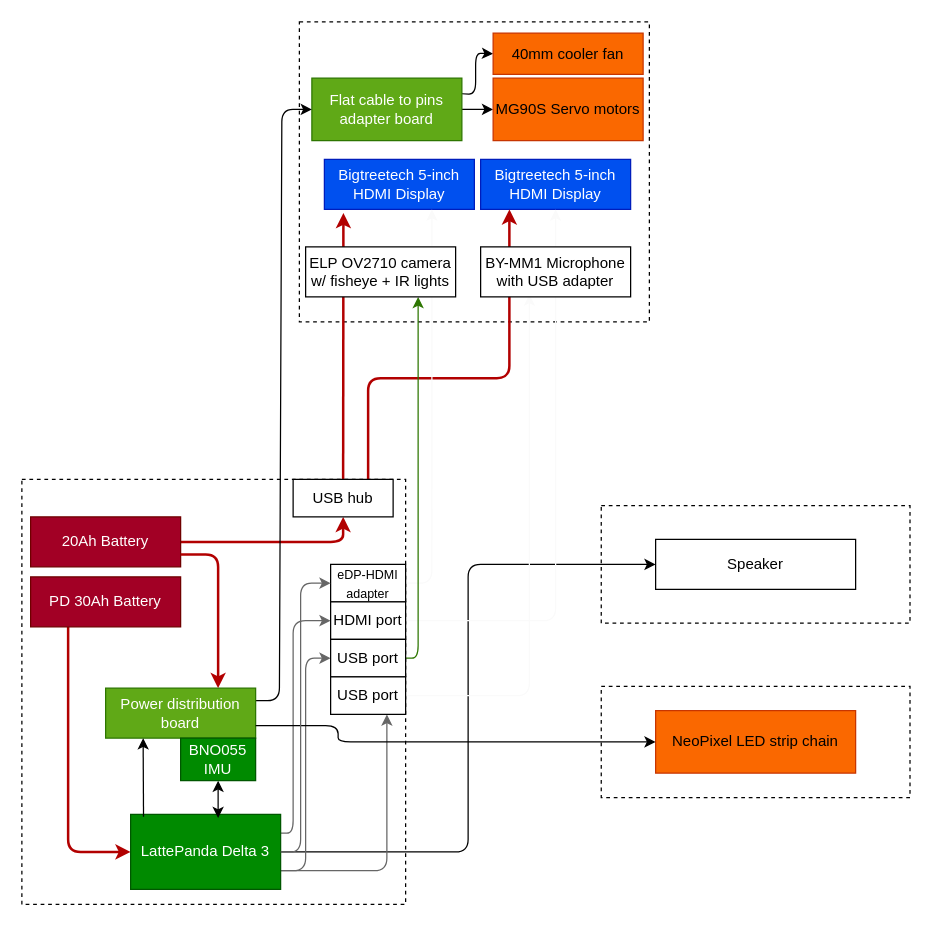
MekhyW/DYNAMO-Electronic_Fursuit-2.0 keeps this draw.io diagram as Planning/Hardware.drawio. Above is the earlier version. Source tidied: cells renumbered, new cells numbered last; positions are measured from the earlier drawing's top-left corner, leaving out a move shared by most shapes. Both pictures are drawn from the tidied source at 125%, with x=0, y=0 at pixel (21, 21).
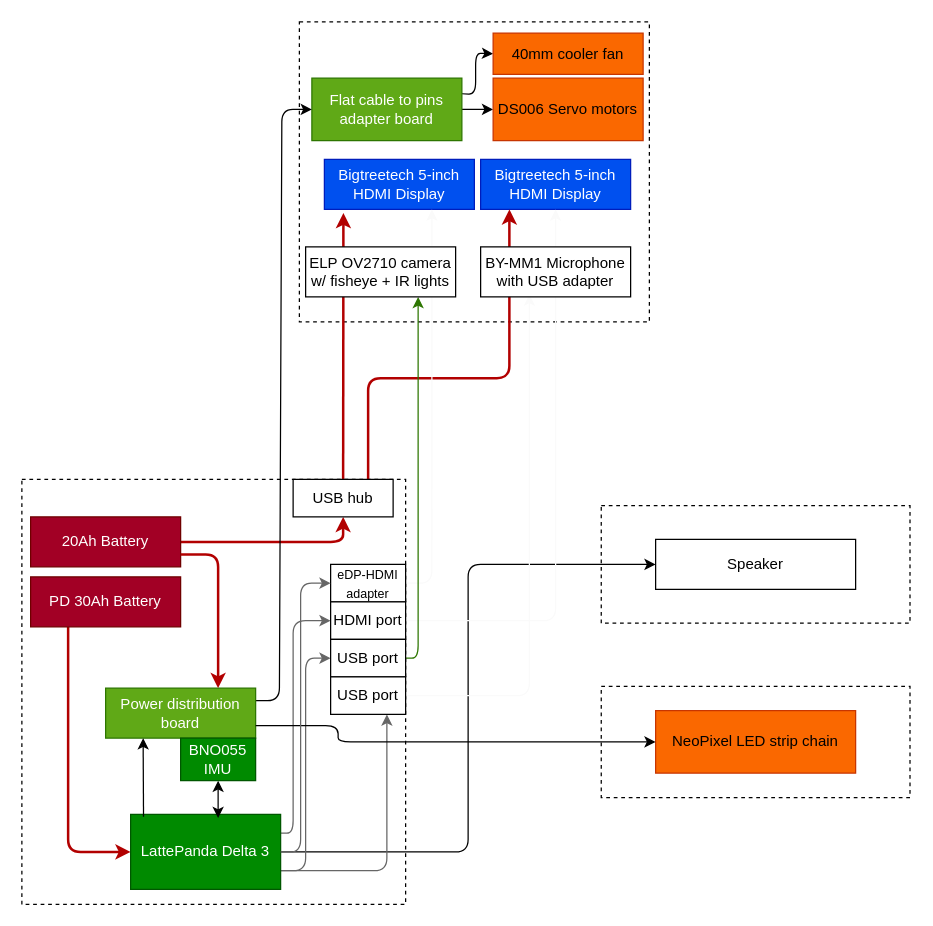
The same page after the edit.

What changed in the source:
```diff
@@
-    <mxCell id="7" value="MG90S Servo motors" style="rounded=0;whiteSpace=wrap;html=1;fillColor=#fa6800;fontColor=#000000;strokeColor=#C73500;" parent="1" vertex="1">
+    <mxCell id="7" value="DS006 Servo motors" style="rounded=0;whiteSpace=wrap;html=1;fillColor=#fa6800;fontColor=#000000;strokeColor=#C73500;" parent="1" vertex="1">
       <mxGeometry x="377" y="45" width="120" height="50" as="geometry" />
     </mxCell>
```
